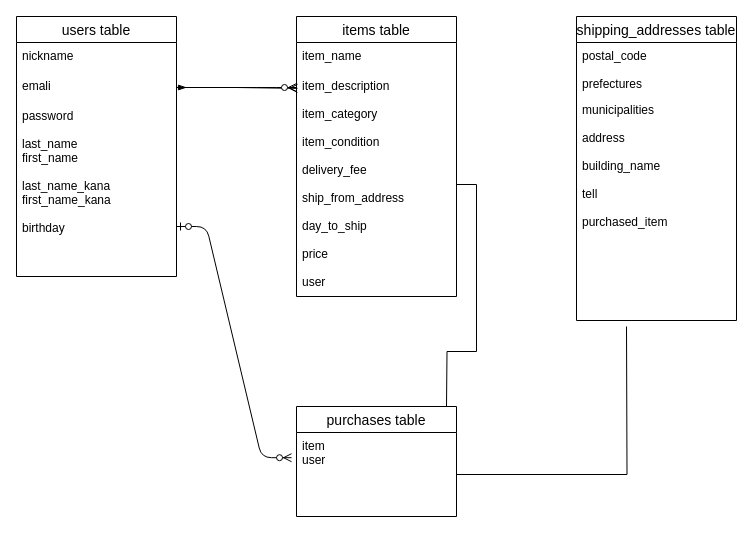
Above: page "ページ1" (1 of 2) of furima.dio in hirobitch/furima-36776 (draw.io), before the change. Source tidied: cells renumbered, new cells numbered last; positions are measured from the earlier drawing's top-left corner, leaving out a move shared by most shapes. Both pictures are drawn from the tidied source at 100%, with x=0, y=0 at pixel (16, 16).
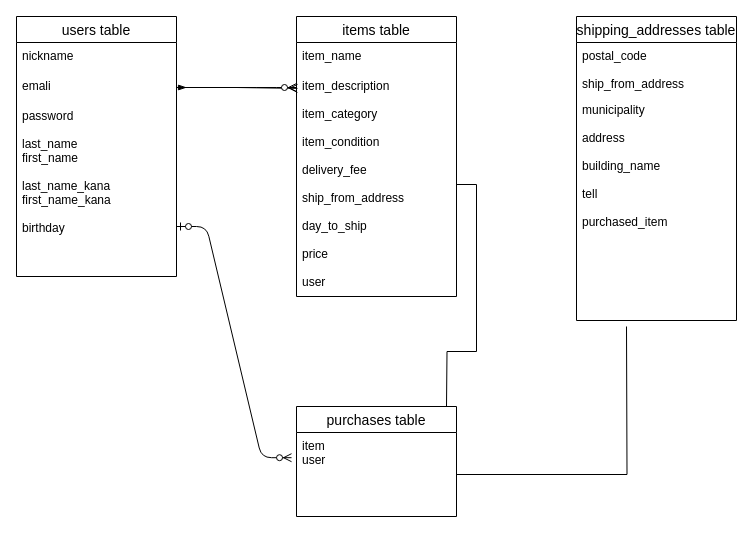
The same page after the edit.

Unchanged cells that the change refers to:
```xml
<mxCell id="9" value="shipping_addresses table" style="swimlane;fontStyle=0;horizontal=1;startSize=26;align=center;fontSize=14;" parent="1" vertex="1">
  <mxGeometry x="560" width="160" height="304" as="geometry" />
</mxCell>
```

The edit, as a diff of the source:
```diff
@@
-    <mxCell id="10" value="postal_code&#10;&#10;prefectures" style="text;strokeColor=none;fillColor=none;spacingLeft=4;spacingRight=4;overflow=hidden;fontSize=12;" parent="9" vertex="1">
+    <mxCell id="10" value="postal_code&#10;&#10;ship_from_address" style="text;strokeColor=none;fillColor=none;spacingLeft=4;spacingRight=4;overflow=hidden;fontSize=12;" parent="9" vertex="1">
       <mxGeometry y="26" width="160" height="54" as="geometry" />
     </mxCell>
-    <mxCell id="11" value="municipalities&#10;&#10;address&#10;&#10;building_name&#10;&#10;tell&#10;&#10;purchased_item" style="text;strokeColor=none;fillColor=none;spacingLeft=4;spacingRight=4;overflow=hidden;fontSize=12;" parent="9" vertex="1">
+    <mxCell id="11" value="municipality&#10;&#10;address&#10;&#10;building_name&#10;&#10;tell&#10;&#10;purchased_item" style="text;strokeColor=none;fillColor=none;spacingLeft=4;spacingRight=4;overflow=hidden;fontSize=12;" parent="9" vertex="1">
       <mxGeometry y="80" width="160" height="224" as="geometry" />
     </mxCell>
```
